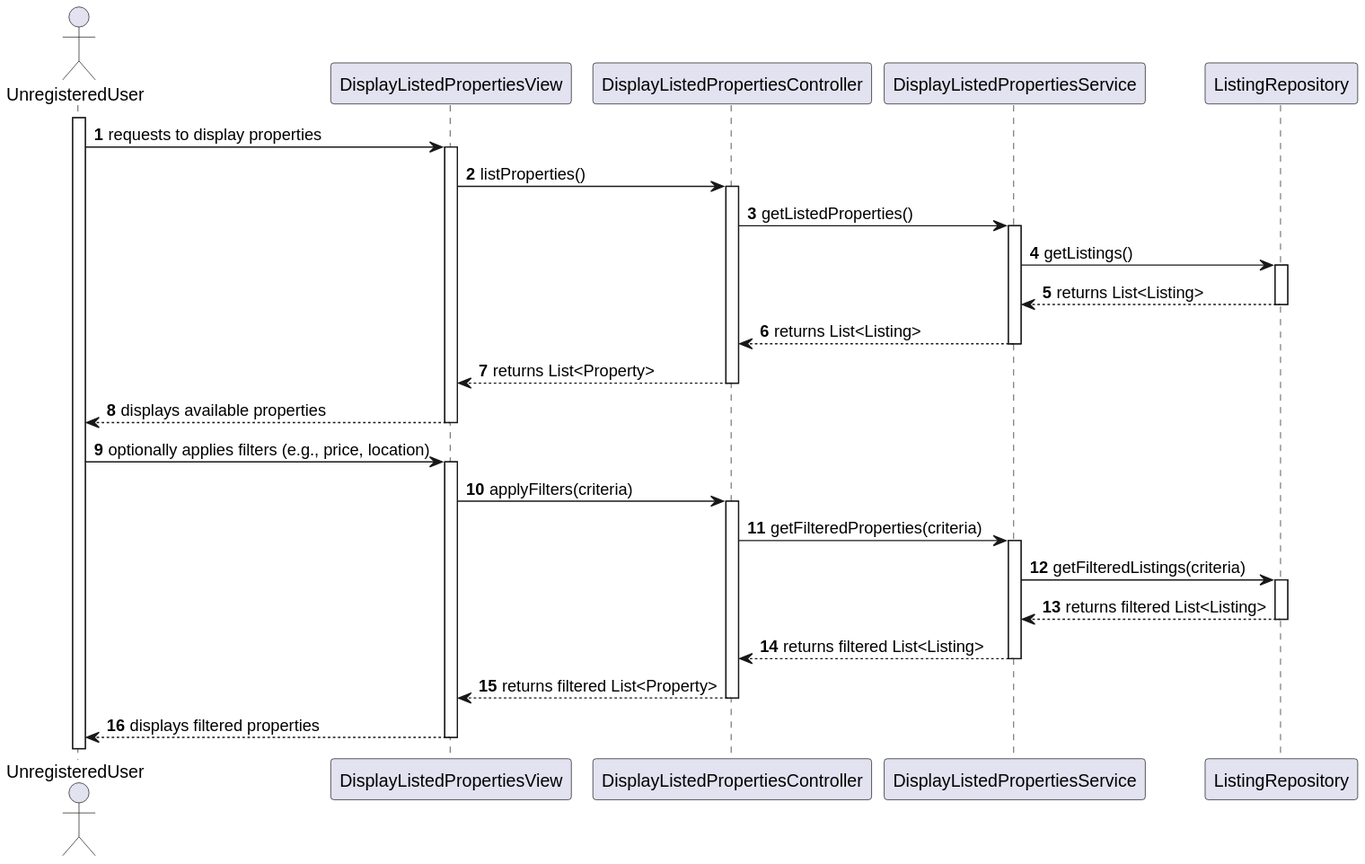
This is docs/Sprint3/US20/US20-SD.svg from goncalomaia18/leti-esoft-24-25-A2, a PlantUML export, as it was before one commit. Its diagram source:
```plantuml
@startuml
autoactivate on
autonumber

actor "UnregisteredUser" as User
participant "DisplayListedPropertiesView" as View
participant "DisplayListedPropertiesController" as Controller
participant "DisplayListedPropertiesService" as Service
participant "ListingRepository" as Repository

activate User
User -> View: requests to display properties
View -> Controller: listProperties()
Controller -> Service: getListedProperties()
Service -> Repository: getListings()
Repository --> Service: returns List<Listing>
Service --> Controller: returns List<Listing>
Controller --> View: returns List<Property>
View --> User: displays available properties

User -> View: optionally applies filters (e.g., price, location)
View -> Controller: applyFilters(criteria)
Controller -> Service: getFilteredProperties(criteria)
Service -> Repository: getFilteredListings(criteria)
Repository --> Service: returns filtered List<Listing>
Service --> Controller: returns filtered List<Listing>
Controller --> View: returns filtered List<Property>
View --> User: displays filtered properties
@enduml
```
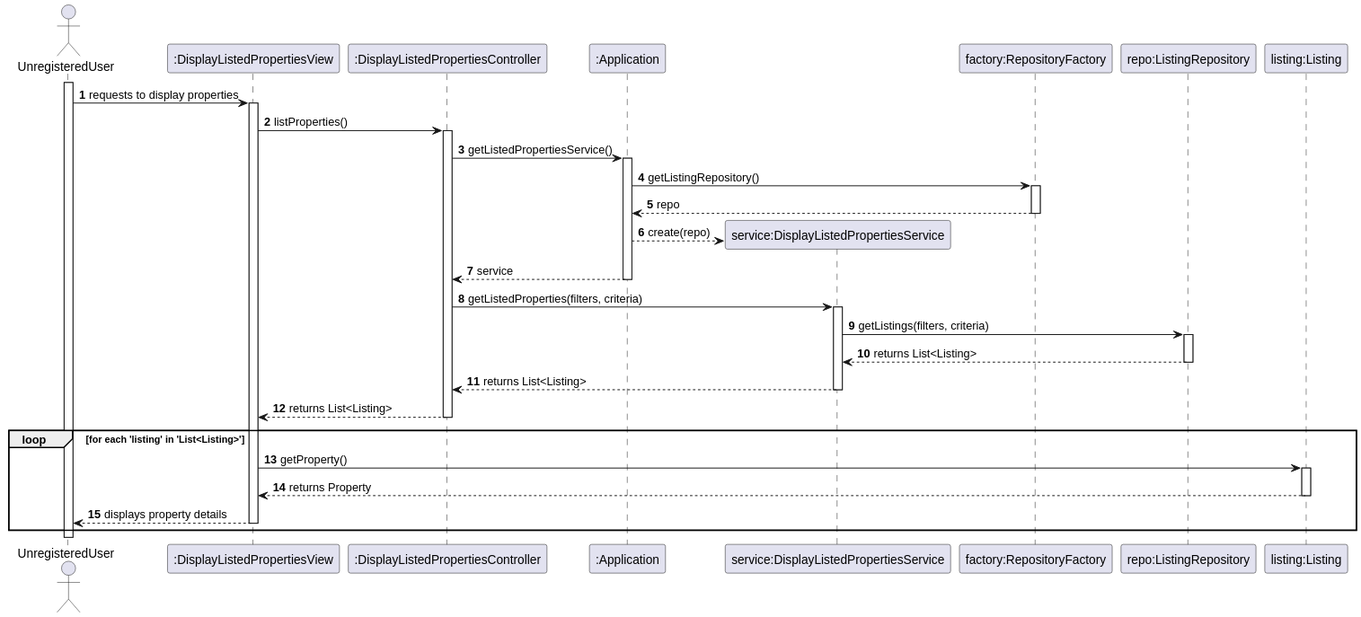
Later version of the same file.

Change to the diagram source:
```diff
@@ -3,27 +3,31 @@
 autonumber
 
 actor "UnregisteredUser" as User
-participant "DisplayListedPropertiesView" as View
-participant "DisplayListedPropertiesController" as Controller
-participant "DisplayListedPropertiesService" as Service
-participant "ListingRepository" as Repository
+participant ":DisplayListedPropertiesView" as System
+participant ":DisplayListedPropertiesController" as Ctrl
+participant ":Application" as App
+participant "service:DisplayListedPropertiesService" as Service
+participant "factory:RepositoryFactory" as Factory
+participant "repo:ListingRepository" as Repo
+participant "listing:Listing" as Listing
 
 activate User
-User -> View: requests to display properties
-View -> Controller: listProperties()
-Controller -> Service: getListedProperties()
-Service -> Repository: getListings()
-Repository --> Service: returns List<Listing>
-Service --> Controller: returns List<Listing>
-Controller --> View: returns List<Property>
-View --> User: displays available properties
 
-User -> View: optionally applies filters (e.g., price, location)
-View -> Controller: applyFilters(criteria)
-Controller -> Service: getFilteredProperties(criteria)
-Service -> Repository: getFilteredListings(criteria)
-Repository --> Service: returns filtered List<Listing>
-Service --> Controller: returns filtered List<Listing>
-Controller --> View: returns filtered List<Property>
-View --> User: displays filtered properties
+User -> System: requests to display properties
+System -> Ctrl: listProperties()
+Ctrl -> App: getListedPropertiesService()
+App -> Factory: getListingRepository()
+Factory --> App: repo
+App --> Service**: create(repo)
+App --> Ctrl: service
+Ctrl -> Service: getListedProperties(filters, criteria)
+Service -> Repo: getListings(filters, criteria)
+Repo --> Service: returns List<Listing>
+Service --> Ctrl: returns List<Listing>
+Ctrl --> System: returns List<Listing>
+loop for each 'listing' in 'List<Listing>'
+    System -> Listing: getProperty()
+    Listing --> System: returns Property
+    System --> User: displays property details
+end loop
 @enduml
```
